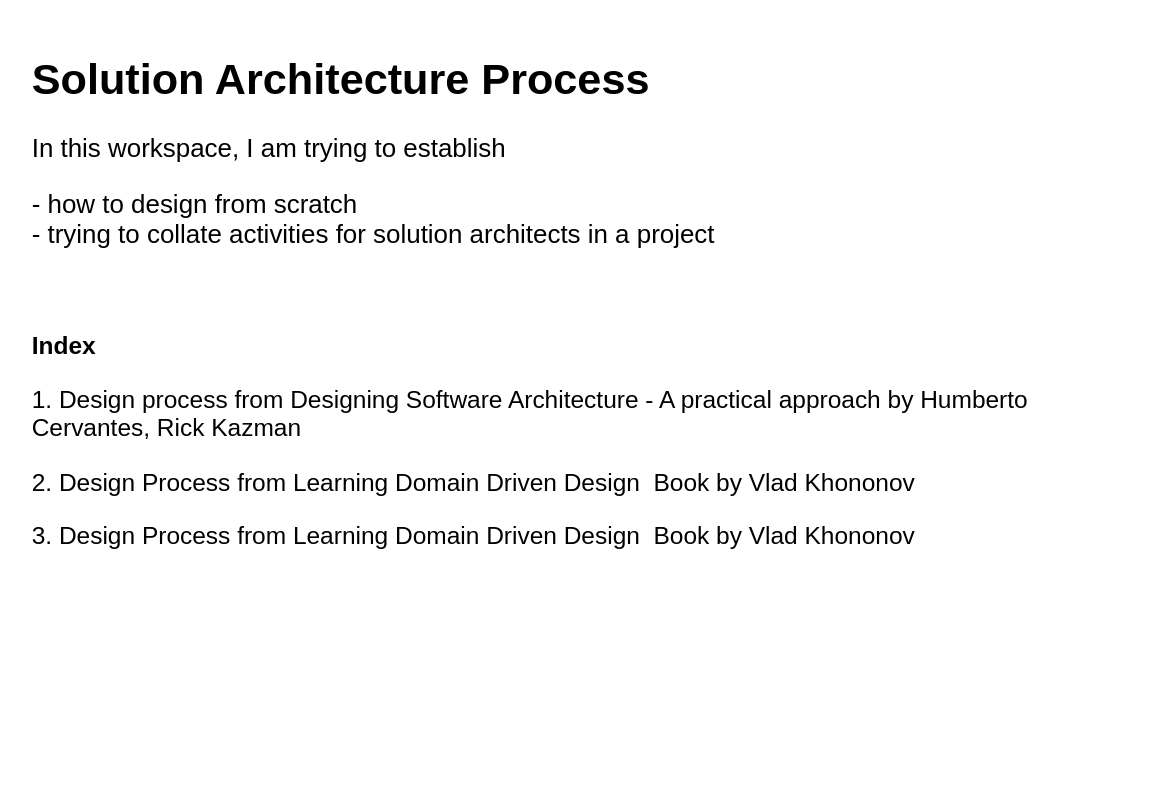
This is page "Index" (1 of 5) of SolutionArchitectureProcess.drawio from Gaur4vGaur/probable-octo, a draw.io file, before an edit. Source tidied: cells renumbered, new cells numbered last; positions are measured from the earlier drawing's top-left corner, leaving out a move shared by most shapes. Both pictures are drawn from the tidied source at 144%, with x=0, y=0 at pixel (24, 39).
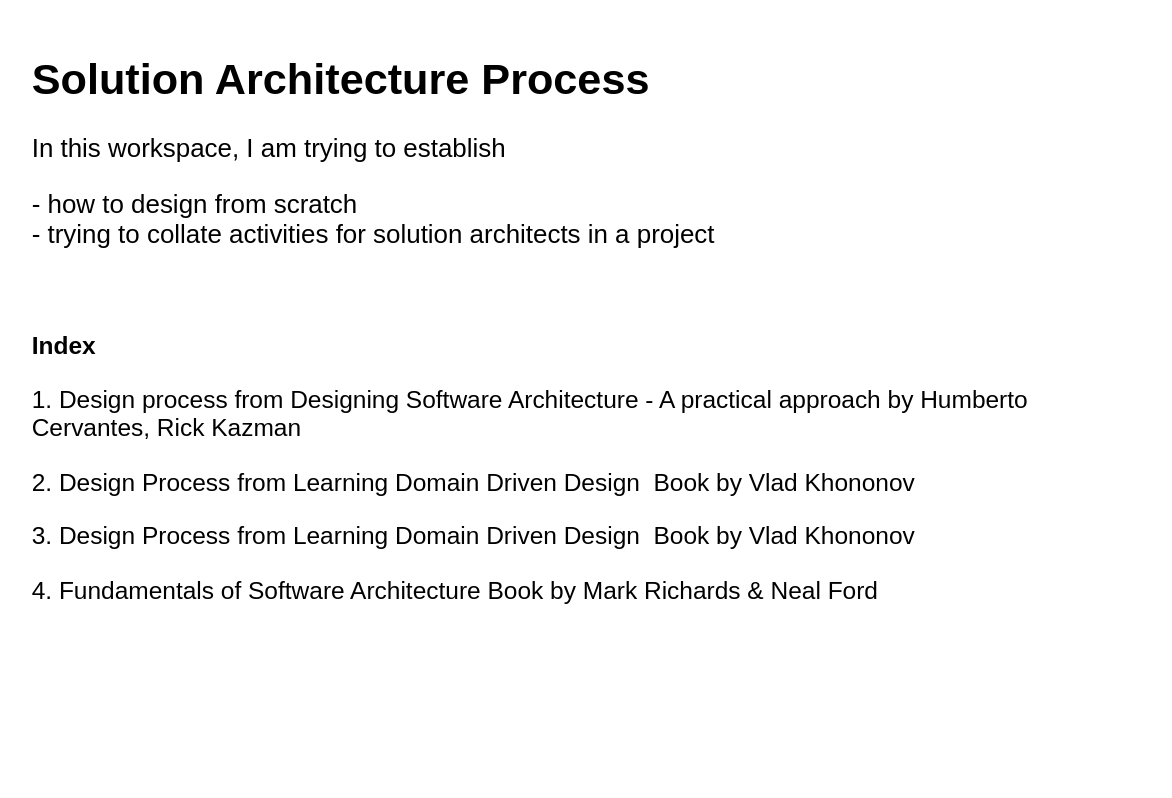
The same diagram, later.

The edit, as a diff of the source:
```diff
@@
 <mxGraphModel>
   <root>
     <mxCell id="0" />
     <mxCell id="1" parent="0" />
-    <mxCell id="2" value="&lt;h1 style=&quot;font-size: 30px;&quot;&gt;&lt;font style=&quot;font-size: 30px;&quot;&gt;Solution Architecture Process&lt;/font&gt;&lt;/h1&gt;&lt;p style=&quot;&quot;&gt;&lt;font style=&quot;font-size: 18px;&quot;&gt;In this workspace, I am trying to establish&amp;nbsp;&lt;/font&gt;&lt;/p&gt;&lt;p style=&quot;font-size: 17px;&quot;&gt;&lt;font style=&quot;font-size: 18px;&quot;&gt;- how to design from scratch&lt;br&gt;- trying to collate activities for solution architects in a project&lt;/font&gt;&lt;/p&gt;&lt;p style=&quot;font-size: 17px;&quot;&gt;&lt;font style=&quot;font-size: 18px;&quot;&gt;&lt;br&gt;&lt;/font&gt;&lt;/p&gt;&lt;p style=&quot;font-size: 17px;&quot;&gt;&lt;b&gt;Index&lt;/b&gt;&lt;/p&gt;&lt;p style=&quot;font-size: 17px;&quot;&gt;1. Design process from Designing Software Architecture - A practical approach by Humberto Cervantes, Rick Kazman&lt;/p&gt;&lt;p style=&quot;font-size: 17px;&quot;&gt;2. Design Process from Learning Domain Driven Design&amp;nbsp;&amp;nbsp;Book by Vlad Khononov&lt;/p&gt;&lt;p style=&quot;font-size: 17px;&quot;&gt;3. Design Process from Learning Domain Driven Design&amp;nbsp;&amp;nbsp;Book by Vlad Khononov&lt;br&gt;&lt;/p&gt;" style="text;html=1;strokeColor=none;fillColor=none;spacing=5;spacingTop=-20;whiteSpace=wrap;overflow=hidden;rounded=0;" parent="1" vertex="1">
+    <mxCell id="2" value="&lt;h1 style=&quot;font-size: 30px;&quot;&gt;&lt;font style=&quot;font-size: 30px;&quot;&gt;Solution Architecture Process&lt;/font&gt;&lt;/h1&gt;&lt;p style=&quot;&quot;&gt;&lt;font style=&quot;font-size: 18px;&quot;&gt;In this workspace, I am trying to establish&amp;nbsp;&lt;/font&gt;&lt;/p&gt;&lt;p style=&quot;font-size: 17px;&quot;&gt;&lt;font style=&quot;font-size: 18px;&quot;&gt;- how to design from scratch&lt;br&gt;- trying to collate activities for solution architects in a project&lt;/font&gt;&lt;/p&gt;&lt;p style=&quot;font-size: 17px;&quot;&gt;&lt;font style=&quot;font-size: 18px;&quot;&gt;&lt;br&gt;&lt;/font&gt;&lt;/p&gt;&lt;p style=&quot;font-size: 17px;&quot;&gt;&lt;b&gt;Index&lt;/b&gt;&lt;/p&gt;&lt;p style=&quot;font-size: 17px;&quot;&gt;1. Design process from Designing Software Architecture - A practical approach by Humberto Cervantes, Rick Kazman&lt;/p&gt;&lt;p style=&quot;font-size: 17px;&quot;&gt;2. Design Process from Learning Domain Driven Design&amp;nbsp;&amp;nbsp;Book by Vlad Khononov&lt;/p&gt;&lt;p style=&quot;font-size: 17px;&quot;&gt;3. Design Process from Learning Domain Driven Design&amp;nbsp;&amp;nbsp;Book by Vlad Khononov&lt;br&gt;&lt;/p&gt;&lt;p style=&quot;font-size: 17px;&quot;&gt;4. Fundamentals of Software Architecture Book by Mark Richards &amp;amp; Neal Ford&lt;/p&gt;" style="text;html=1;strokeColor=none;fillColor=none;spacing=5;spacingTop=-20;whiteSpace=wrap;overflow=hidden;rounded=0;" parent="1" vertex="1">
       <mxGeometry width="780" height="510" as="geometry" />
     </mxCell>
   </root>
 </mxGraphModel>
```
